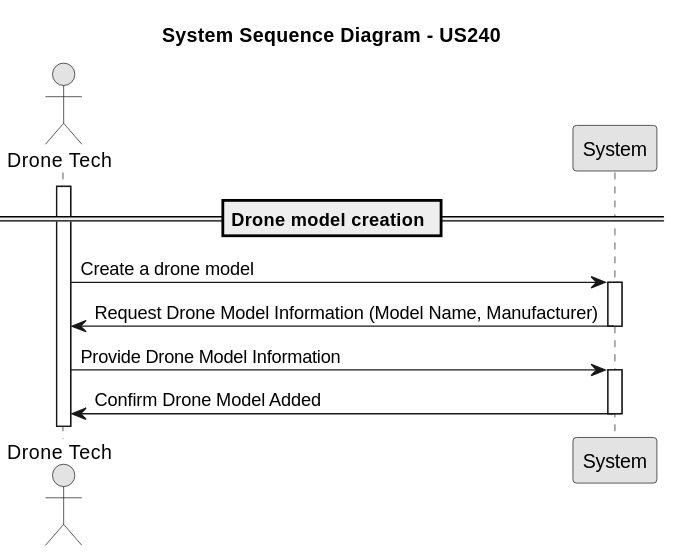
rubenFreitas1/ISEP-LAPR4-2024-2025 keeps this PlantUML diagram as docs/Sprint2/us_240/images/system-sequence-diagram-US240.svg. Above is the earlier version.
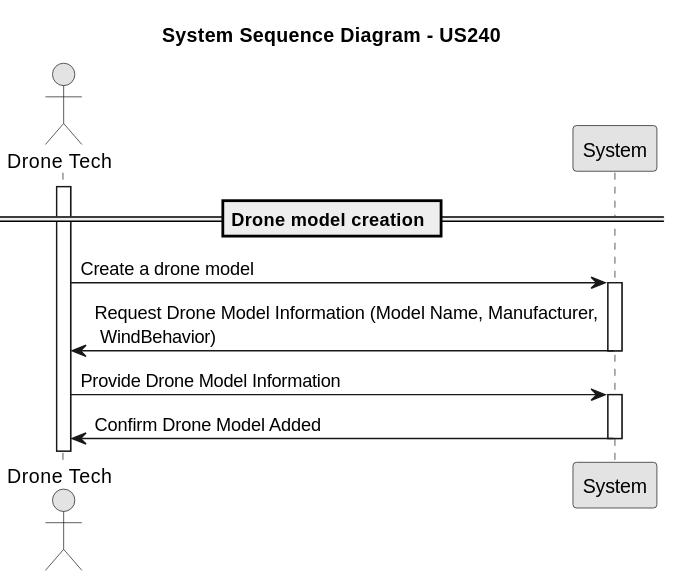
Later version of the same file.

Diff of the diagram source:
```diff
@@ -14,7 +14,7 @@
 droneTech -> system : Create a drone model
 activate system
 
-system -> droneTech : Request Drone Model Information (Model Name, Manufacturer)
+system -> droneTech : Request Drone Model Information (Model Name, Manufacturer,\n WindBehavior)
 deactivate system
 droneTech -> system : Provide Drone Model Information
 
```
